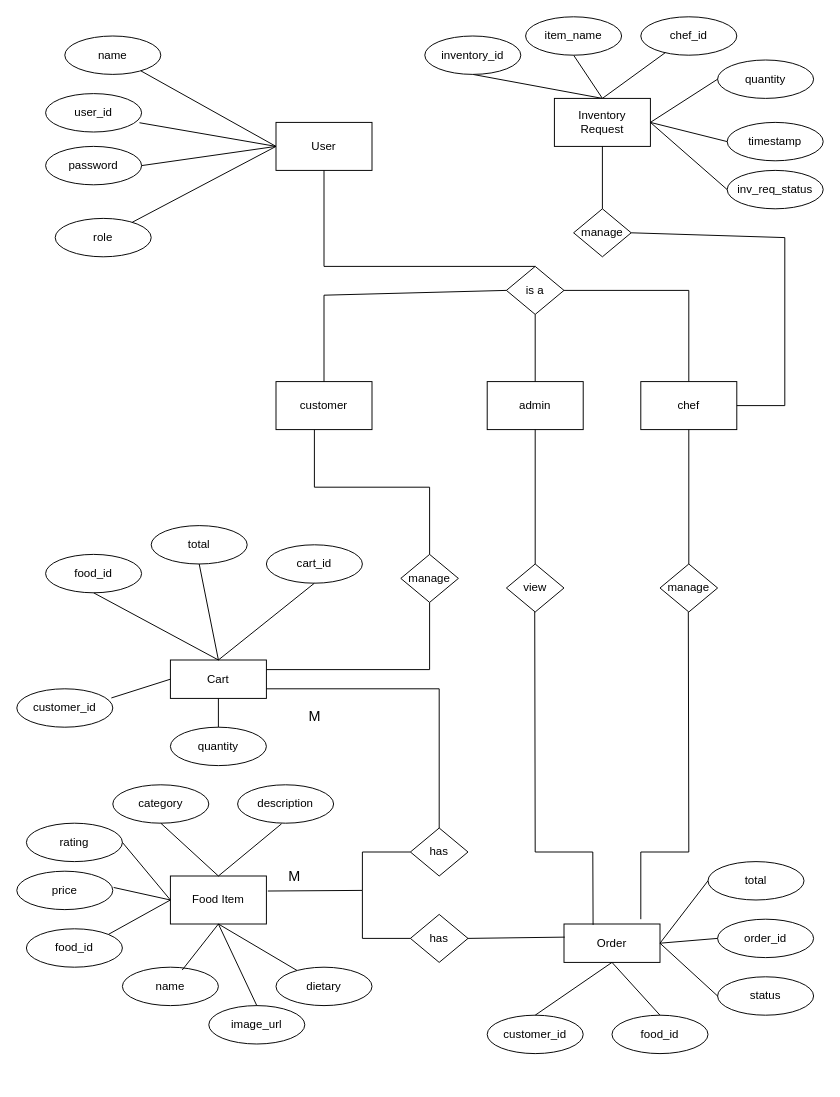
NiranjRajesh/RestaurantManagement keeps this draw.io diagram as erDiagram.drawio. Above is the earlier version. Source tidied: cells renumbered, new cells numbered last; positions are measured from the earlier drawing's top-left corner, leaving out a move shared by most shapes. Both pictures are drawn from the tidied source at 96%, with x=0, y=0 at pixel (16, 16).
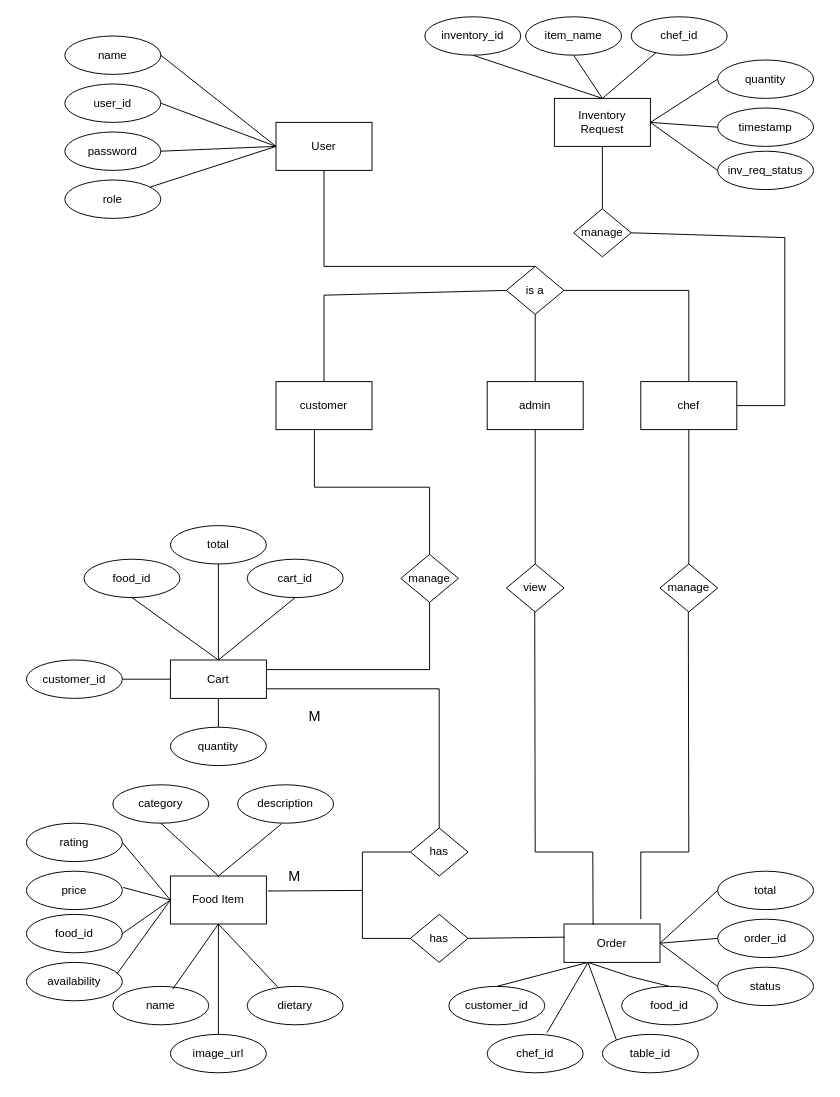
The same diagram, later.

The change refers to these unchanged cells:
```xml
<mxCell id="3" value="User" style="html=1;dashed=0;whiteSpace=wrap;" parent="1" vertex="1">
  <mxGeometry x="270" y="110" width="100" height="50" as="geometry" />
</mxCell>
<mxCell id="5" value="name" style="ellipse;whiteSpace=wrap;html=1;align=center;" parent="1" vertex="1">
  <mxGeometry x="50" y="20" width="100" height="40" as="geometry" />
</mxCell>
<mxCell id="10" value="Food Item" style="whiteSpace=wrap;html=1;align=center;" parent="1" vertex="1">
  <mxGeometry x="160" y="895" width="100" height="50" as="geometry" />
</mxCell>
<mxCell id="27" value="Cart" style="whiteSpace=wrap;html=1;align=center;" parent="1" vertex="1">
  <mxGeometry x="160" y="670" width="100" height="40" as="geometry" />
</mxCell>
<mxCell id="32" value="Order" style="whiteSpace=wrap;html=1;align=center;" parent="1" vertex="1">
  <mxGeometry x="570" y="945" width="100" height="40" as="geometry" />
</mxCell>
```

The edit, as a diff of the source:
```diff
@@
-    <mxCell id="4" style="endArrow=none;html=1;rounded=0;exitX=0;exitY=0.5;exitDx=0;exitDy=0;" parent="1" edge="1" source="3" target="5">
+    <mxCell id="4" style="endArrow=none;html=1;rounded=0;exitX=0;exitY=0.5;exitDx=0;exitDy=0;entryX=1;entryY=0.5;entryDx=0;entryDy=0;" parent="1" edge="1" source="3" target="5">
       <mxGeometry relative="1" as="geometry" />
     </mxCell>
@@
     <mxCell id="6" value="user_id" style="ellipse;whiteSpace=wrap;html=1;align=center;" parent="1" vertex="1">
-      <mxGeometry x="30" y="80" width="100" height="40" as="geometry" />
+      <mxGeometry x="50" y="70" width="100" height="40" as="geometry" />
     </mxCell>
     <mxCell id="7" value="password" style="ellipse;whiteSpace=wrap;html=1;align=center;" parent="1" vertex="1">
-      <mxGeometry x="30" y="135" width="100" height="40" as="geometry" />
+      <mxGeometry x="50" y="120" width="100" height="40" as="geometry" />
     </mxCell>
-    <mxCell id="8" style="endArrow=none;html=1;rounded=0;exitX=0.978;exitY=0.759;exitDx=0;exitDy=0;entryX=0;entryY=0.5;entryDx=0;entryDy=0;exitPerimeter=0;" parent="1" edge="1" source="6" target="3">
+    <mxCell id="8" style="endArrow=none;html=1;rounded=0;exitX=1;exitY=0.5;exitDx=0;exitDy=0;entryX=0;entryY=0.5;entryDx=0;entryDy=0;" parent="1" edge="1" source="6" target="3">
       <mxGeometry relative="1" as="geometry" />
     </mxCell>
@@
     <mxCell id="11" value="food_id" style="ellipse;whiteSpace=wrap;html=1;align=center;" parent="1" vertex="1">
-      <mxGeometry x="10" y="950" width="100" height="40" as="geometry" />
+      <mxGeometry x="10" y="935" width="100" height="40" as="geometry" />
     </mxCell>
     <mxCell id="12" value="price" style="ellipse;whiteSpace=wrap;html=1;align=center;" parent="1" vertex="1">
-      <mxGeometry y="890" width="100" height="40" as="geometry" />
+      <mxGeometry x="10" y="890" width="100" height="40" as="geometry" />
     </mxCell>
@@
     <mxCell id="15" value="name" style="ellipse;whiteSpace=wrap;html=1;align=center;" parent="1" vertex="1">
-      <mxGeometry x="110" y="990" width="100" height="40" as="geometry" />
+      <mxGeometry x="100" y="1010" width="100" height="40" as="geometry" />
     </mxCell>
@@
     <mxCell id="17" value="image_url" style="ellipse;whiteSpace=wrap;html=1;align=center;" parent="1" vertex="1">
-      <mxGeometry x="200" y="1030" width="100" height="40" as="geometry" />
+      <mxGeometry x="160" y="1060" width="100" height="40" as="geometry" />
     </mxCell>
     <mxCell id="18" value="dietary" style="ellipse;whiteSpace=wrap;html=1;align=center;" parent="1" vertex="1">
-      <mxGeometry x="270" y="990" width="100" height="40" as="geometry" />
+      <mxGeometry x="240" y="1010" width="100" height="40" as="geometry" />
     </mxCell>
@@
-    <mxCell id="24" style="endArrow=none;html=1;rounded=0;exitX=1;exitY=0;exitDx=0;exitDy=0;entryX=0;entryY=0.5;entryDx=0;entryDy=0;" parent="1" edge="1" source="11" target="10">
+    <mxCell id="24" style="endArrow=none;html=1;rounded=0;exitX=1;exitY=0.5;exitDx=0;exitDy=0;entryX=0;entryY=0.5;entryDx=0;entryDy=0;" parent="1" edge="1" source="11" target="10">
       <mxGeometry relative="1" as="geometry" />
     </mxCell>
@@
     <mxCell id="28" value="cart_id" style="ellipse;whiteSpace=wrap;html=1;align=center;" parent="1" vertex="1">
-      <mxGeometry x="260" y="550" width="100" height="40" as="geometry" />
+      <mxGeometry x="240" y="565" width="100" height="40" as="geometry" />
     </mxCell>
     <mxCell id="29" value="customer_id" style="ellipse;whiteSpace=wrap;html=1;align=center;" parent="1" vertex="1">
-      <mxGeometry y="700" width="100" height="40" as="geometry" />
+      <mxGeometry x="10" y="670" width="100" height="40" as="geometry" />
     </mxCell>
@@
     <mxCell id="31" value="food_id" style="ellipse;whiteSpace=wrap;html=1;align=center;" parent="1" vertex="1">
-      <mxGeometry x="30" y="560" width="100" height="40" as="geometry" />
+      <mxGeometry x="70" y="565" width="100" height="40" as="geometry" />
     </mxCell>
@@
     <mxCell id="33" value="status" style="ellipse;whiteSpace=wrap;html=1;align=center;" parent="1" vertex="1">
-      <mxGeometry x="730" y="1000" width="100" height="40" as="geometry" />
+      <mxGeometry x="730" y="990" width="100" height="40" as="geometry" />
     </mxCell>
@@
     <mxCell id="35" value="total" style="ellipse;whiteSpace=wrap;html=1;align=center;" parent="1" vertex="1">
-      <mxGeometry x="720" y="880" width="100" height="40" as="geometry" />
+      <mxGeometry x="730" y="890" width="100" height="40" as="geometry" />
     </mxCell>
@@
-    <mxCell id="40" style="endArrow=none;html=1;rounded=0;entryX=0;entryY=0.5;entryDx=0;entryDy=0;exitX=0.985;exitY=0.238;exitDx=0;exitDy=0;exitPerimeter=0;" parent="1" edge="1" source="29" target="27">
+    <mxCell id="40" style="endArrow=none;html=1;rounded=0;entryX=0;entryY=0.5;entryDx=0;entryDy=0;exitX=1;exitY=0.5;exitDx=0;exitDy=0;exitPerimeter=0;" parent="1" edge="1" source="29" target="27">
       <mxGeometry relative="1" as="geometry" />
     </mxCell>
@@
     <mxCell id="45" value="role" style="ellipse;whiteSpace=wrap;html=1;align=center;" parent="1" vertex="1">
-      <mxGeometry x="40" y="210" width="100" height="40" as="geometry" />
+      <mxGeometry x="50" y="170" width="100" height="40" as="geometry" />
     </mxCell>
@@
     <mxCell id="54" value="inventory_id" style="ellipse;whiteSpace=wrap;html=1;align=center;" parent="1" vertex="1">
-      <mxGeometry x="425" y="20" width="100" height="40" as="geometry" />
+      <mxGeometry x="425" width="100" height="40" as="geometry" />
     </mxCell>
     <mxCell id="55" value="chef_id" style="ellipse;whiteSpace=wrap;html=1;align=center;" parent="1" vertex="1">
-      <mxGeometry x="650" width="100" height="40" as="geometry" />
+      <mxGeometry x="640" width="100" height="40" as="geometry" />
     </mxCell>
@@
     <mxCell id="58" value="timestamp" style="ellipse;whiteSpace=wrap;html=1;align=center;" parent="1" vertex="1">
-      <mxGeometry x="740" y="110" width="100" height="40" as="geometry" />
+      <mxGeometry x="730" y="95" width="100" height="40" as="geometry" />
     </mxCell>
     <mxCell id="59" value="inv_req_status" style="ellipse;whiteSpace=wrap;html=1;align=center;" parent="1" vertex="1">
-      <mxGeometry x="740" y="160" width="100" height="40" as="geometry" />
+      <mxGeometry x="730" y="140" width="100" height="40" as="geometry" />
     </mxCell>
@@
     <mxCell id="63" value="total" style="ellipse;whiteSpace=wrap;html=1;align=center;" parent="1" vertex="1">
-      <mxGeometry x="140" y="530" width="100" height="40" as="geometry" />
+      <mxGeometry x="160" y="530" width="100" height="40" as="geometry" />
     </mxCell>
@@
-    <mxCell id="69" style="endArrow=none;html=1;rounded=0;exitX=0.5;exitY=1;exitDx=0;exitDy=0;entryX=0.5;entryY=0;entryDx=0;entryDy=0;" parent="1" edge="1" source="32" target="71">
-      <mxGeometry relative="1" as="geometry" />
+    <mxCell id="69" style="endArrow=none;html=1;rounded=0;exitX=0.25;exitY=1;exitDx=0;exitDy=0;entryX=0.5;entryY=0;entryDx=0;entryDy=0;" parent="1" edge="1" source="32" target="71">
+      <mxGeometry relative="1" as="geometry">
+        <Array as="points">
+          <mxPoint x="640" y="1000" />
+        </Array>
+      </mxGeometry>
     </mxCell>
     <mxCell id="70" value="customer_id" style="ellipse;whiteSpace=wrap;html=1;align=center;" parent="1" vertex="1">
-      <mxGeometry x="490" y="1040" width="100" height="40" as="geometry" />
+      <mxGeometry x="450" y="1010" width="100" height="40" as="geometry" />
     </mxCell>
     <mxCell id="71" value="food_id" style="ellipse;whiteSpace=wrap;html=1;align=center;" parent="1" vertex="1">
-      <mxGeometry x="620" y="1040" width="100" height="40" as="geometry" />
+      <mxGeometry x="630" y="1010" width="100" height="40" as="geometry" />
     </mxCell>
-    <mxCell id="72" style="endArrow=none;html=1;rounded=0;entryX=0.5;entryY=0;entryDx=0;entryDy=0;" parent="1" edge="1" target="70">
-      <mxGeometry relative="1" as="geometry">
-        <mxPoint x="620" y="985" as="sourcePoint" />
-      </mxGeometry>
+    <mxCell id="72" style="endArrow=none;html=1;rounded=0;entryX=0.5;entryY=0;entryDx=0;entryDy=0;exitX=0.25;exitY=1;exitDx=0;exitDy=0;" parent="1" edge="1" source="32" target="70">
+      <mxGeometry relative="1" as="geometry" />
     </mxCell>
@@
+    <mxCell id="92" value="chef_id" style="ellipse;whiteSpace=wrap;html=1;align=center;" parent="1" vertex="1">
+      <mxGeometry x="490" y="1060" width="100" height="40" as="geometry" />
+    </mxCell>
+    <mxCell id="93" style="endArrow=none;html=1;rounded=0;entryX=0.623;entryY=-0.046;entryDx=0;entryDy=0;exitX=0.25;exitY=1;exitDx=0;exitDy=0;entryPerimeter=0;" parent="1" edge="1" source="32" target="92">
+      <mxGeometry relative="1" as="geometry" />
+    </mxCell>
+    <mxCell id="94" style="endArrow=none;html=1;rounded=0;entryX=0;entryY=0;entryDx=0;entryDy=0;exitX=0.25;exitY=1;exitDx=0;exitDy=0;" parent="1" edge="1" source="32" target="95">
+      <mxGeometry relative="1" as="geometry" />
+    </mxCell>
+    <mxCell id="95" value="table_id" style="ellipse;whiteSpace=wrap;html=1;align=center;" parent="1" vertex="1">
+      <mxGeometry x="610" y="1060" width="100" height="40" as="geometry" />
+    </mxCell>
+    <mxCell id="96" value="availability" style="ellipse;whiteSpace=wrap;html=1;align=center;" parent="1" vertex="1">
+      <mxGeometry x="10" y="985" width="100" height="40" as="geometry" />
+    </mxCell>
+    <mxCell id="97" style="endArrow=none;html=1;rounded=0;exitX=0.941;exitY=0.31;exitDx=0;exitDy=0;entryX=0;entryY=0.5;entryDx=0;entryDy=0;exitPerimeter=0;" parent="1" edge="1" source="96" target="10">
+      <mxGeometry relative="1" as="geometry" />
+    </mxCell>
+    <mxCell id="98" style="edgeStyle=orthogonalEdgeStyle;rounded=0;orthogonalLoop=1;jettySize=auto;html=1;exitX=0.5;exitY=1;exitDx=0;exitDy=0;" parent="1" edge="1" source="17" target="17">
+      <mxGeometry relative="1" as="geometry" />
+    </mxCell>
```
